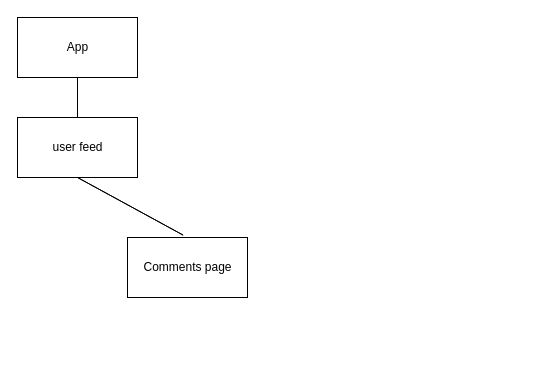
felipamendez/phase-3-project-frontend keeps this draw.io diagram as component_hierarchy.drawio. Above is the earlier version. Source tidied: cells renumbered, new cells numbered last; positions are measured from the earlier drawing's top-left corner, leaving out a move shared by most shapes. Both pictures are drawn from the tidied source at 100%, with x=0, y=0 at pixel (17, 17).
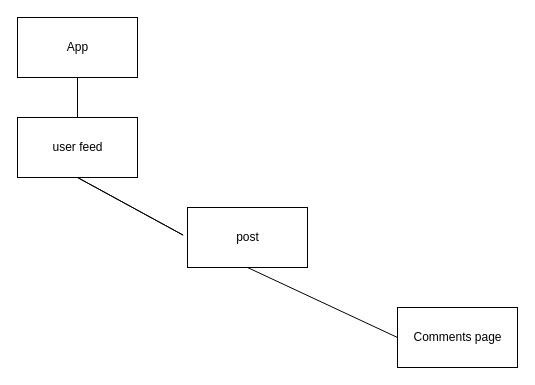
Above is the later version.

Commit message (it also covers changes not shown here):
added posts, trying to figure out comments

Diff of the diagram source:
```diff
@@
 <mxGraphModel>
   <root>
     <mxCell id="0" />
     <mxCell id="1" parent="0" />
     <mxCell id="2" style="rounded=0;whiteSpace=wrap;html=1;" parent="1" vertex="1">
       <mxGeometry width="120" height="60" as="geometry" />
     </mxCell>
     <mxCell id="3" value="App" style="text;html=1;align=center;verticalAlign=middle;fillColor=none;strokeColor=none;rounded=0;" parent="1" vertex="1">
       <mxGeometry x="40" y="20" width="40" height="20" as="geometry" />
     </mxCell>
     <mxCell id="4" style="rounded=0;whiteSpace=wrap;html=1;" parent="1" vertex="1">
       <mxGeometry y="100" width="120" height="60" as="geometry" />
     </mxCell>
     <mxCell id="5" value="user feed" style="text;html=1;align=center;verticalAlign=middle;fillColor=none;strokeColor=none;rounded=0;" parent="1" vertex="1">
       <mxGeometry x="25" y="120" width="70" height="20" as="geometry" />
     </mxCell>
     <mxCell id="6" style="rounded=0;whiteSpace=wrap;html=1;" parent="1" vertex="1">
-      <mxGeometry x="110" y="220" width="120" height="60" as="geometry" />
+      <mxGeometry x="380" y="290" width="120" height="60" as="geometry" />
     </mxCell>
     <mxCell id="7" value="Comments page" style="text;html=1;align=center;verticalAlign=middle;fillColor=none;strokeColor=none;rounded=0;" parent="1" vertex="1">
-      <mxGeometry x="120" y="240" width="100" height="20" as="geometry" />
+      <mxGeometry x="390" y="310" width="100" height="20" as="geometry" />
     </mxCell>
     <mxCell id="8" style="endArrow=none;html=1;entryX=0.5;entryY=1;entryDx=0;entryDy=0;exitX=0.5;exitY=0;exitDx=0;exitDy=0;" parent="1" edge="1" source="4" target="2">
       <mxGeometry relative="1" as="geometry" />
     </mxCell>
     <mxCell id="9" style="endArrow=none;html=1;entryX=0.5;entryY=1;entryDx=0;entryDy=0;" parent="1" edge="1" target="4">
       <mxGeometry relative="1" as="geometry">
         <mxPoint x="60" y="160" as="sourcePoint" />
         <Array as="points">
           <mxPoint x="170" y="220" />
         </Array>
       </mxGeometry>
     </mxCell>
+    <mxCell id="10" style="rounded=0;whiteSpace=wrap;html=1;" parent="1" vertex="1">
+      <mxGeometry x="170" y="190" width="120" height="60" as="geometry" />
+    </mxCell>
+    <mxCell id="11" value="post" style="text;html=1;align=center;verticalAlign=middle;fillColor=none;strokeColor=none;rounded=0;" parent="1" vertex="1">
+      <mxGeometry x="210" y="210" width="40" height="20" as="geometry" />
+    </mxCell>
+    <mxCell id="12" style="endArrow=none;html=1;entryX=0.5;entryY=1;entryDx=0;entryDy=0;exitX=0;exitY=0.5;exitDx=0;exitDy=0;" parent="1" edge="1" source="6" target="10">
+      <mxGeometry relative="1" as="geometry" />
+    </mxCell>
   </root>
 </mxGraphModel>
```
